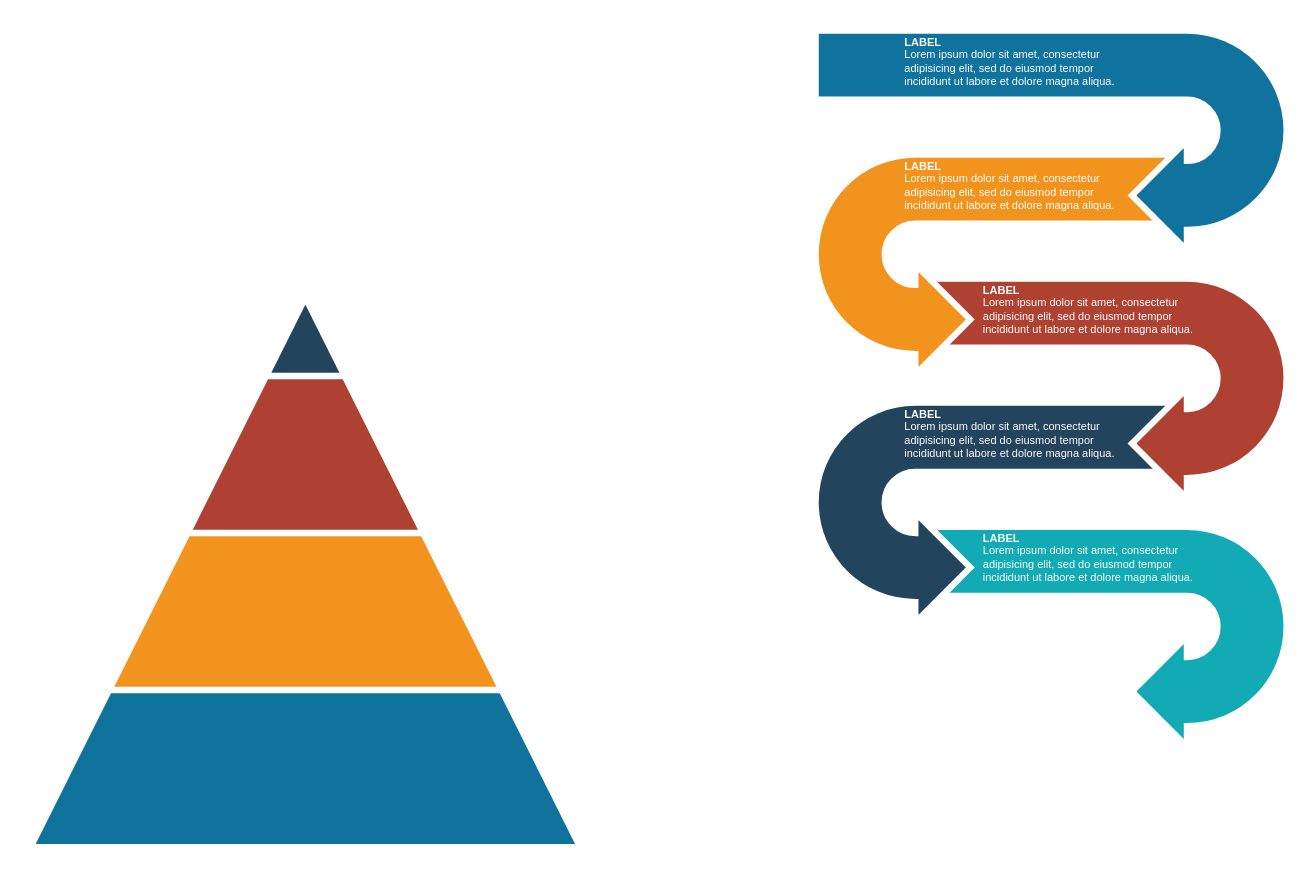
Above: page "SST Overview" (2 of 5) of docs/lsm.drawio in justinethier/keyva (draw.io), before the change. Source tidied: cells renumbered, new cells numbered last; positions are measured from the earlier drawing's top-left corner, leaving out a move shared by most shapes. Both pictures are drawn from the tidied source at 157%, with x=0, y=0 at pixel (30, 30).
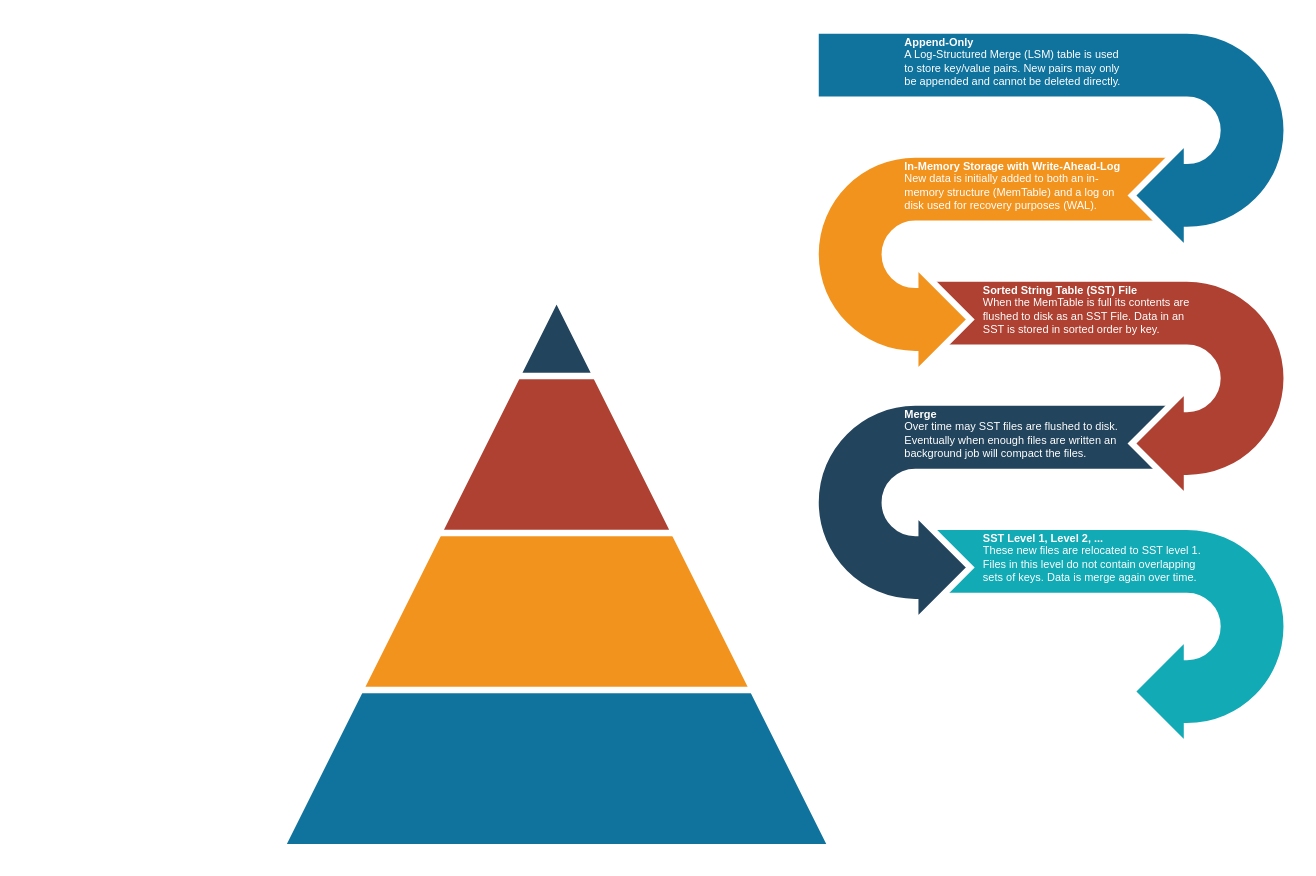
The same diagram, later.

Commit message (it also covers changes not shown here):
Build-out data structures and flow

Change to the diagram source:
```diff
@@
 <mxGraphModel>
   <root>
     <mxCell id="0" />
     <mxCell id="1" parent="0" />
     <mxCell id="2" style="triangle;direction=north;strokeWidth=4;html=1;fillColor=#10739E;strokeColor=#ffffff;shadow=0;fontSize=10;fontColor=#FFFFFF;align=center;fontStyle=0;whiteSpace=wrap;spacing=10;" parent="1" vertex="1">
-      <mxGeometry y="170" width="350" height="350" as="geometry" />
+      <mxGeometry x="160" y="170" width="350" height="350" as="geometry" />
     </mxCell>
     <mxCell id="3" style="triangle;direction=north;strokeWidth=4;html=1;fillColor=#F2931E;strokeColor=#ffffff;shadow=0;fontSize=10;fontColor=#FFFFFF;align=center;fontStyle=0;whiteSpace=wrap;spacing=10;" parent="1" vertex="1">
-      <mxGeometry x="50" y="170" width="250" height="250" as="geometry" />
+      <mxGeometry x="210" y="170" width="250" height="250" as="geometry" />
     </mxCell>
     <mxCell id="4" style="triangle;direction=north;strokeWidth=4;html=1;fillColor=#AE4132;strokeColor=#ffffff;shadow=0;fontSize=10;fontColor=#FFFFFF;align=center;fontStyle=0;whiteSpace=wrap;spacing=10;" parent="1" vertex="1">
-      <mxGeometry x="100" y="170" width="150" height="150" as="geometry" />
+      <mxGeometry x="260" y="170" width="150" height="150" as="geometry" />
     </mxCell>
     <mxCell id="5" style="triangle;direction=north;strokeWidth=4;html=1;fillColor=#23445D;strokeColor=#ffffff;shadow=0;fontSize=10;fontColor=#FFFFFF;align=center;fontStyle=0;whiteSpace=wrap;spacing=10;" parent="1" vertex="1">
-      <mxGeometry x="150" y="170" width="50" height="50" as="geometry" />
+      <mxGeometry x="310" y="170" width="50" height="50" as="geometry" />
     </mxCell>
     <mxCell id="6" style="html=1;shadow=0;dashed=0;align=center;verticalAlign=middle;shape=mxgraph.arrows2.uTurnArrow;dy=22;arrowHead=70;dx2=35;strokeColor=#ffffff;fillColor=#12AAB5;fontSize=12;fontColor=#3333FF;flipH=1;flipV=1;strokeWidth=4;" parent="1" vertex="1">
       <mxGeometry x="570" y="316" width="230" height="140" as="geometry" />
     </mxCell>
     <mxCell id="7" style="html=1;shadow=0;dashed=0;align=center;verticalAlign=middle;shape=mxgraph.arrows2.uTurnArrow;dy=22;arrowHead=70;dx2=35;strokeColor=#ffffff;fillColor=#23445D;fontSize=12;fontColor=#3333FF;flipV=1;strokeWidth=4;" parent="1" vertex="1">
       <mxGeometry x="500" y="237" width="230" height="140" as="geometry" />
     </mxCell>
     <mxCell id="8" style="html=1;shadow=0;dashed=0;align=center;verticalAlign=middle;shape=mxgraph.arrows2.uTurnArrow;dy=22;arrowHead=70;dx2=35;strokeColor=#ffffff;fillColor=#AE4132;fontSize=12;fontColor=#3333FF;flipH=1;flipV=1;strokeWidth=4;" parent="1" vertex="1">
       <mxGeometry x="570" y="158" width="230" height="140" as="geometry" />
     </mxCell>
     <mxCell id="9" style="html=1;shadow=0;dashed=0;align=center;verticalAlign=middle;shape=mxgraph.arrows2.uTurnArrow;dy=22;arrowHead=70;dx2=35;strokeColor=#ffffff;fillColor=#F2931E;fontSize=12;fontColor=#3333FF;flipV=1;strokeWidth=4;" parent="1" vertex="1">
       <mxGeometry x="500" y="79" width="230" height="140" as="geometry" />
     </mxCell>
     <mxCell id="10" style="html=1;shadow=0;dashed=0;align=center;verticalAlign=middle;shape=mxgraph.arrows2.uTurnArrow;dy=22;arrowHead=70;dx2=35;strokeColor=#ffffff;fillColor=#10739E;fontSize=12;fontColor=#3333FF;flipH=1;flipV=1;strokeWidth=4;" parent="1" vertex="1">
       <mxGeometry x="500" width="300" height="140" as="geometry" />
     </mxCell>
-    <mxCell id="11" value="&lt;b style=&quot;font-size: 7px&quot;&gt;LABEL&lt;/b&gt;&lt;br style=&quot;font-size: 7px&quot;&gt;Lorem ipsum dolor sit amet, consectetur adipisicing elit, sed do eiusmod tempor incididunt ut labore et dolore magna aliqua." style="rounded=0;whiteSpace=wrap;shadow=0;strokeColor=none;strokeWidth=6;fillColor=none;fontSize=7;fontColor=#FFFFFF;align=left;html=1;spacingLeft=5;" parent="1" vertex="1">
+    <mxCell id="11" value="&lt;b&gt;Append-Only&lt;/b&gt;&lt;br style=&quot;font-size: 7px&quot;&gt;A Log-Structured Merge (LSM) table is used to store key/value pairs. New pairs may only be appended and cannot be deleted directly." style="rounded=0;whiteSpace=wrap;shadow=0;strokeColor=none;strokeWidth=6;fillColor=none;fontSize=7;fontColor=#FFFFFF;align=left;html=1;spacingLeft=5;" parent="1" vertex="1">
       <mxGeometry x="550" width="150" height="40" as="geometry" />
     </mxCell>
-    <mxCell id="12" value="&lt;b style=&quot;font-size: 7px&quot;&gt;LABEL&lt;/b&gt;&lt;br style=&quot;font-size: 7px&quot;&gt;Lorem ipsum dolor sit amet, consectetur adipisicing elit, sed do eiusmod tempor incididunt ut labore et dolore magna aliqua." style="rounded=0;whiteSpace=wrap;shadow=0;strokeColor=none;strokeWidth=6;fillColor=none;fontSize=7;fontColor=#FFFFFF;align=left;html=1;spacingLeft=5;" parent="1" vertex="1">
+    <mxCell id="12" value="&lt;b&gt;In-Memory Storage with Write-Ahead-Log&lt;/b&gt;&lt;br style=&quot;font-size: 7px&quot;&gt;New data is initially added to both an in-memory structure (MemTable) and a log on disk used for recovery purposes (WAL)." style="rounded=0;whiteSpace=wrap;shadow=0;strokeColor=none;strokeWidth=6;fillColor=none;fontSize=7;fontColor=#FFFFFF;align=left;html=1;spacingLeft=5;" parent="1" vertex="1">
       <mxGeometry x="550" y="79" width="150" height="40" as="geometry" />
     </mxCell>
-    <mxCell id="13" value="&lt;b style=&quot;font-size: 7px&quot;&gt;LABEL&lt;/b&gt;&lt;br style=&quot;font-size: 7px&quot;&gt;Lorem ipsum dolor sit amet, consectetur adipisicing elit, sed do eiusmod tempor incididunt ut labore et dolore magna aliqua." style="rounded=0;whiteSpace=wrap;shadow=0;strokeColor=none;strokeWidth=6;fillColor=none;fontSize=7;fontColor=#FFFFFF;align=left;html=1;spacingLeft=5;" parent="1" vertex="1">
+    <mxCell id="13" value="&lt;b&gt;Sorted String Table (SST) File&lt;/b&gt;&lt;br style=&quot;font-size: 7px&quot;&gt;When the MemTable is full its contents are flushed to disk as an SST File. Data in an SST is stored in sorted order by key." style="rounded=0;whiteSpace=wrap;shadow=0;strokeColor=none;strokeWidth=6;fillColor=none;fontSize=7;fontColor=#FFFFFF;align=left;html=1;spacingLeft=5;" parent="1" vertex="1">
       <mxGeometry x="600" y="158" width="150" height="40" as="geometry" />
     </mxCell>
-    <mxCell id="14" value="&lt;b style=&quot;font-size: 7px&quot;&gt;LABEL&lt;/b&gt;&lt;br style=&quot;font-size: 7px&quot;&gt;Lorem ipsum dolor sit amet, consectetur adipisicing elit, sed do eiusmod tempor incididunt ut labore et dolore magna aliqua." style="rounded=0;whiteSpace=wrap;shadow=0;strokeColor=none;strokeWidth=6;fillColor=none;fontSize=7;fontColor=#FFFFFF;align=left;html=1;spacingLeft=5;" parent="1" vertex="1">
+    <mxCell id="14" value="&lt;b&gt;Merge&lt;/b&gt;&lt;br style=&quot;font-size: 7px&quot;&gt;Over time may SST files are flushed to disk. Eventually when enough files are written an background job will compact the files." style="rounded=0;whiteSpace=wrap;shadow=0;strokeColor=none;strokeWidth=6;fillColor=none;fontSize=7;fontColor=#FFFFFF;align=left;html=1;spacingLeft=5;" parent="1" vertex="1">
       <mxGeometry x="550" y="237" width="150" height="40" as="geometry" />
     </mxCell>
-    <mxCell id="15" value="&lt;b style=&quot;font-size: 7px&quot;&gt;LABEL&lt;/b&gt;&lt;br style=&quot;font-size: 7px&quot;&gt;Lorem ipsum dolor sit amet, consectetur adipisicing elit, sed do eiusmod tempor incididunt ut labore et dolore magna aliqua." style="rounded=0;whiteSpace=wrap;shadow=0;strokeColor=none;strokeWidth=6;fillColor=none;fontSize=7;fontColor=#FFFFFF;align=left;html=1;spacingLeft=5;" parent="1" vertex="1">
+    <mxCell id="15" value="&lt;b style=&quot;font-size: 7px&quot;&gt;SST Level 1, Level 2, ...&lt;/b&gt;&lt;br style=&quot;font-size: 7px&quot;&gt;These new files are relocated to SST level 1. Files in this level do not contain overlapping sets of keys. Data is merge again over time." style="rounded=0;whiteSpace=wrap;shadow=0;strokeColor=none;strokeWidth=6;fillColor=none;fontSize=7;fontColor=#FFFFFF;align=left;html=1;spacingLeft=5;" parent="1" vertex="1">
       <mxGeometry x="600" y="316" width="150" height="40" as="geometry" />
     </mxCell>
   </root>
 </mxGraphModel>
```
